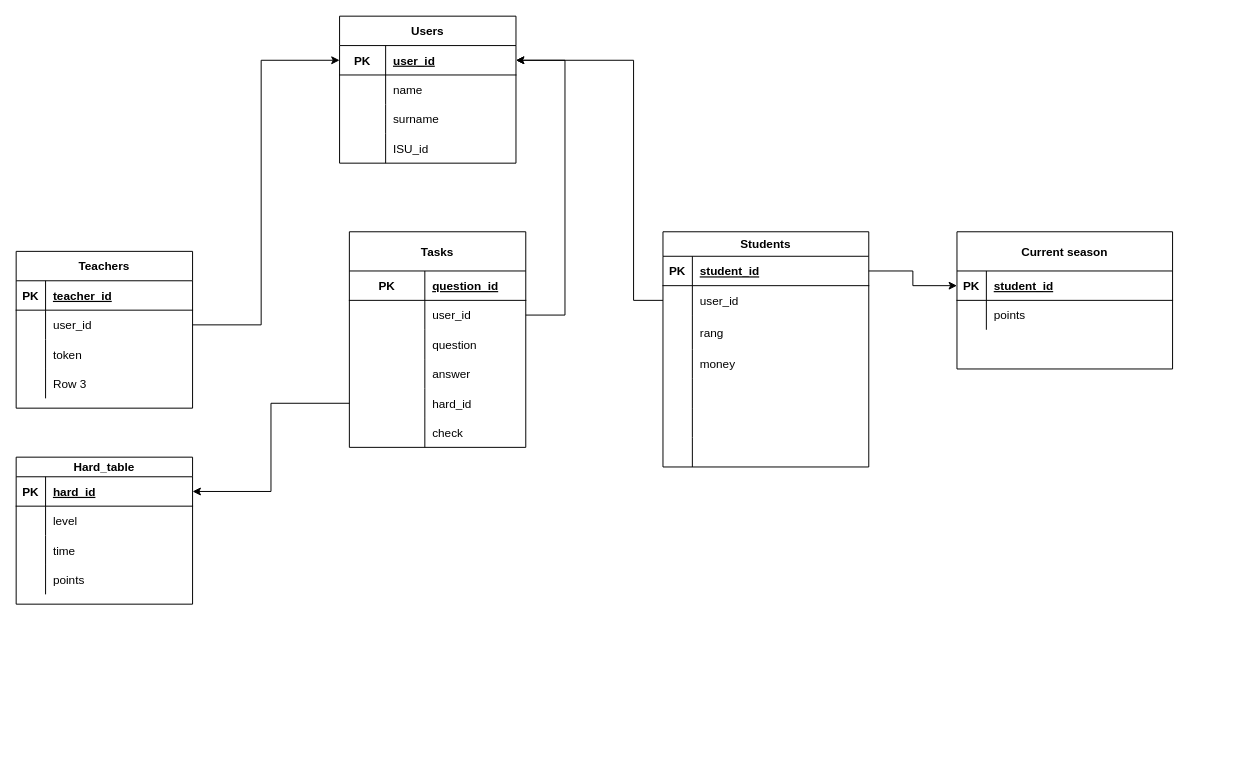
This is end/Databse.drawio from inter-malchik/ICT.hack-hackaton, a draw.io file, before an edit. Source tidied: cells renumbered, new cells numbered last; positions are measured from the earlier drawing's top-left corner, leaving out a move shared by most shapes. Both pictures are drawn from the tidied source at 98%, with x=0, y=0 at pixel (16, 16).
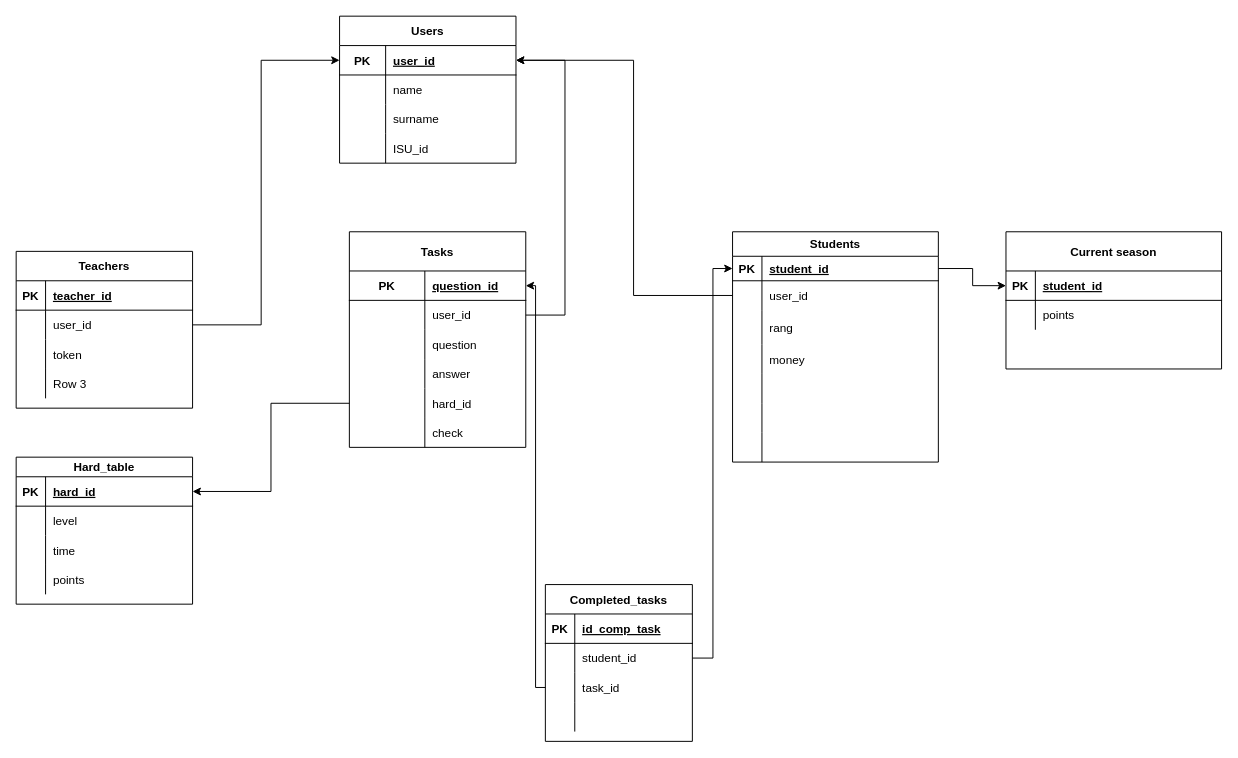
The same diagram, later.

The change refers to these unchanged cells:
```xml
<mxCell id="38" style="shape=partialRectangle;fillColor=none;top=0;left=0;bottom=1;right=0;points=[[0,0.5],[1,0.5]];portConstraint=eastwest;" parent="37" vertex="1">
  <mxGeometry y="40" width="180" height="30" as="geometry" />
</mxCell>
```

Diff of the diagram source:
```diff
@@
     <mxCell id="2" value="Students" style="shape=table;startSize=25;childLayout=tableLayout;rowLines=0;fontStyle=1;align=center;" parent="1" vertex="1">
-      <mxGeometry x="660" y="220" width="210" height="240" as="geometry" />
+      <mxGeometry x="731" y="220" width="210" height="235" as="geometry" />
     </mxCell>
     <mxCell id="3" style="shape=partialRectangle;fillColor=none;top=0;left=0;bottom=1;right=0;points=[[0,0.5],[1,0.5]];portConstraint=eastwest;" parent="2" vertex="1">
-      <mxGeometry y="25" width="210" height="30" as="geometry" />
+      <mxGeometry y="25" width="210" height="25" as="geometry" />
     </mxCell>
     <mxCell id="4" value="PK" style="shape=partialRectangle;fillColor=none;top=0;left=0;bottom=0;right=0;fontStyle=1;overflow=hidden;" parent="3" vertex="1">
-      <mxGeometry width="30" height="30" as="geometry" />
+      <mxGeometry width="30" height="25" as="geometry" />
     </mxCell>
     <mxCell id="5" value="student_id" style="shape=partialRectangle;fillColor=none;top=0;left=0;bottom=0;right=0;align=left;spacingLeft=6;fontStyle=5;overflow=hidden;" parent="3" vertex="1">
-      <mxGeometry x="30" width="180" height="30" as="geometry" />
+      <mxGeometry x="30" width="180" height="25" as="geometry" />
     </mxCell>
     <mxCell id="6" style="shape=partialRectangle;fillColor=none;top=0;left=0;bottom=0;right=0;points=[[0,0.5],[1,0.5]];portConstraint=eastwest;" parent="2" vertex="1">
-      <mxGeometry y="55" width="210" height="30" as="geometry" />
+      <mxGeometry y="50" width="210" height="30" as="geometry" />
     </mxCell>
@@
     <mxCell id="9" style="shape=partialRectangle;fillColor=none;top=0;left=0;bottom=0;right=0;" parent="2" vertex="1">
-      <mxGeometry y="85" width="210" height="35" as="geometry" />
+      <mxGeometry y="80" width="210" height="35" as="geometry" />
     </mxCell>
@@
     <mxCell id="12" style="shape=partialRectangle;fillColor=none;top=0;left=0;bottom=0;right=0;" parent="2" vertex="1">
-      <mxGeometry y="120" width="210" height="30" as="geometry" />
+      <mxGeometry y="115" width="210" height="30" as="geometry" />
     </mxCell>
@@
     <mxCell id="15" style="shape=partialRectangle;fillColor=none;top=0;left=0;bottom=0;right=0;" parent="2" vertex="1">
-      <mxGeometry y="150" width="210" height="30" as="geometry" />
+      <mxGeometry y="145" width="210" height="30" as="geometry" />
     </mxCell>
@@
     <mxCell id="18" style="shape=partialRectangle;fillColor=none;top=0;left=0;bottom=0;right=0;" parent="2" vertex="1">
-      <mxGeometry y="180" width="210" height="30" as="geometry" />
+      <mxGeometry y="175" width="210" height="30" as="geometry" />
     </mxCell>
@@
     <mxCell id="21" style="shape=partialRectangle;fillColor=none;top=0;left=0;bottom=0;right=0;" parent="2" vertex="1">
-      <mxGeometry y="210" width="210" height="30" as="geometry" />
+      <mxGeometry y="205" width="210" height="30" as="geometry" />
     </mxCell>
@@
     <mxCell id="86" value="Current season" style="shape=table;startSize=40;childLayout=tableLayout;rowLines=0;fontStyle=1;align=center;fontFamily=Helvetica;fontSize=12;fontColor=default;strokeColor=default;fillColor=default;" parent="1" vertex="1">
-      <mxGeometry x="960" y="220" width="220" height="140" as="geometry" />
+      <mxGeometry x="1010" y="220" width="220" height="140" as="geometry" />
     </mxCell>
@@
+    <mxCell id="94" value="Completed_tasks" style="shape=table;startSize=30;childLayout=tableLayout;rowLines=0;fontStyle=1;align=center;" parent="1" vertex="1">
+      <mxGeometry x="540" y="580" width="150" height="160" as="geometry" />
+    </mxCell>
+    <mxCell id="95" style="shape=partialRectangle;fillColor=none;top=0;left=0;bottom=1;right=0;" parent="94" vertex="1">
+      <mxGeometry y="30" width="150" height="30" as="geometry" />
+    </mxCell>
+    <mxCell id="96" value="PK" style="shape=partialRectangle;fillColor=none;top=0;left=0;bottom=0;right=0;fontStyle=1;overflow=hidden;" parent="95" vertex="1">
+      <mxGeometry width="30" height="30" as="geometry" />
+    </mxCell>
+    <mxCell id="97" value="id_comp_task" style="shape=partialRectangle;fillColor=none;top=0;left=0;bottom=0;right=0;align=left;spacingLeft=6;fontStyle=5;overflow=hidden;" parent="95" vertex="1">
+      <mxGeometry x="30" width="120" height="30" as="geometry" />
+    </mxCell>
+    <mxCell id="98" style="shape=partialRectangle;fillColor=none;top=0;left=0;bottom=0;right=0;points=[[0,0.5],[1,0.5]];portConstraint=eastwest;" parent="94" vertex="1">
+      <mxGeometry y="60" width="150" height="30" as="geometry" />
+    </mxCell>
+    <mxCell id="99" style="shape=partialRectangle;fillColor=none;top=0;left=0;bottom=0;right=0;overflow=hidden;" parent="98" vertex="1">
+      <mxGeometry width="30" height="30" as="geometry" />
+    </mxCell>
+    <mxCell id="100" value="student_id" style="shape=partialRectangle;fillColor=none;top=0;left=0;bottom=0;right=0;align=left;spacingLeft=6;overflow=hidden;" parent="98" vertex="1">
+      <mxGeometry x="30" width="120" height="30" as="geometry" />
+    </mxCell>
+    <mxCell id="101" style="shape=partialRectangle;fillColor=none;top=0;left=0;bottom=0;right=0;points=[[0,0.5],[1,0.5]];portConstraint=eastwest;" parent="94" vertex="1">
+      <mxGeometry y="90" width="150" height="30" as="geometry" />
+    </mxCell>
+    <mxCell id="102" style="shape=partialRectangle;fillColor=none;top=0;left=0;bottom=0;right=0;overflow=hidden;" parent="101" vertex="1">
+      <mxGeometry width="30" height="30" as="geometry" />
+    </mxCell>
+    <mxCell id="103" value="task_id" style="shape=partialRectangle;fillColor=none;top=0;left=0;bottom=0;right=0;align=left;spacingLeft=6;overflow=hidden;" parent="101" vertex="1">
+      <mxGeometry x="30" width="120" height="30" as="geometry" />
+    </mxCell>
+    <mxCell id="104" style="shape=partialRectangle;fillColor=none;top=0;left=0;bottom=0;right=0;" parent="94" vertex="1">
+      <mxGeometry y="120" width="150" height="30" as="geometry" />
+    </mxCell>
+    <mxCell id="105" style="shape=partialRectangle;fillColor=none;top=0;left=0;bottom=0;right=0;overflow=hidden;" parent="104" vertex="1">
+      <mxGeometry width="30" height="30" as="geometry" />
+    </mxCell>
+    <mxCell id="106" style="shape=partialRectangle;fillColor=none;top=0;left=0;bottom=0;right=0;align=left;spacingLeft=6;overflow=hidden;" parent="104" vertex="1">
+      <mxGeometry x="30" width="120" height="30" as="geometry" />
+    </mxCell>
+    <mxCell id="107" style="edgeStyle=elbowEdgeStyle;elbow=horizontal;endArrow=classic;html=1;rounded=0;exitX=0;exitY=0.5;exitDx=0;exitDy=0;entryX=1;entryY=0.5;entryDx=0;entryDy=0;" parent="1" edge="1" source="101" target="38">
+      <mxGeometry relative="1" as="geometry" />
+    </mxCell>
+    <mxCell id="108" style="edgeStyle=elbowEdgeStyle;elbow=horizontal;endArrow=classic;html=1;rounded=0;exitX=1;exitY=0.5;exitDx=0;exitDy=0;entryX=0;entryY=0.5;entryDx=0;entryDy=0;" parent="1" edge="1" source="98" target="3">
+      <mxGeometry relative="1" as="geometry" />
+    </mxCell>
```
